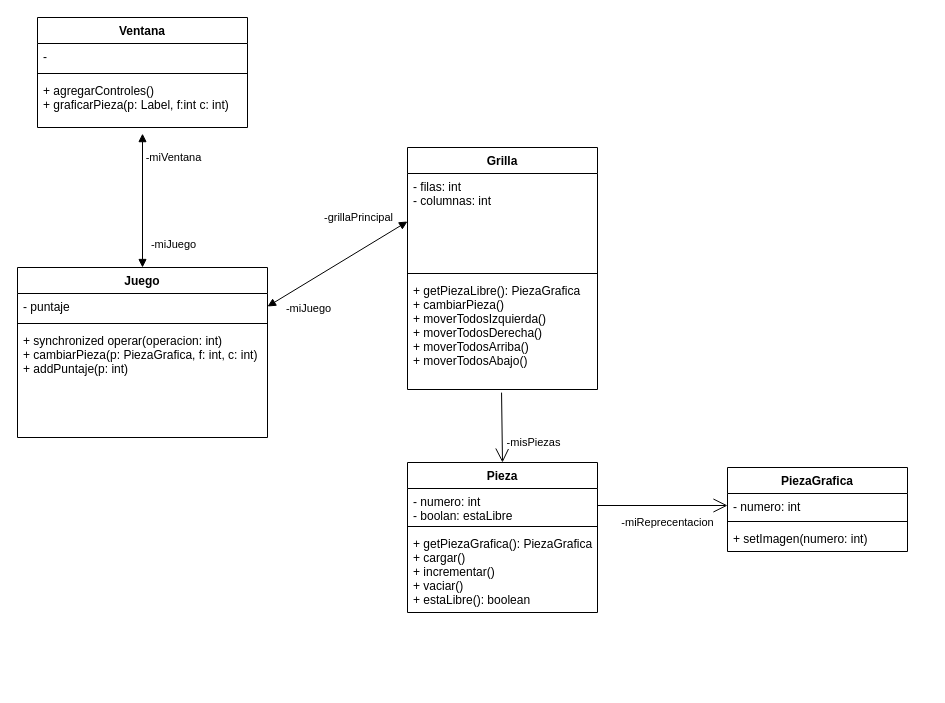
This is diagrama de clases/4096.drawio from brianalcl/4096, a draw.io file, before an edit. Source tidied: cells renumbered, new cells numbered last; positions are measured from the earlier drawing's top-left corner, leaving out a move shared by most shapes. Both pictures are drawn from the tidied source at 100%, with x=0, y=0 at pixel (17, 17).
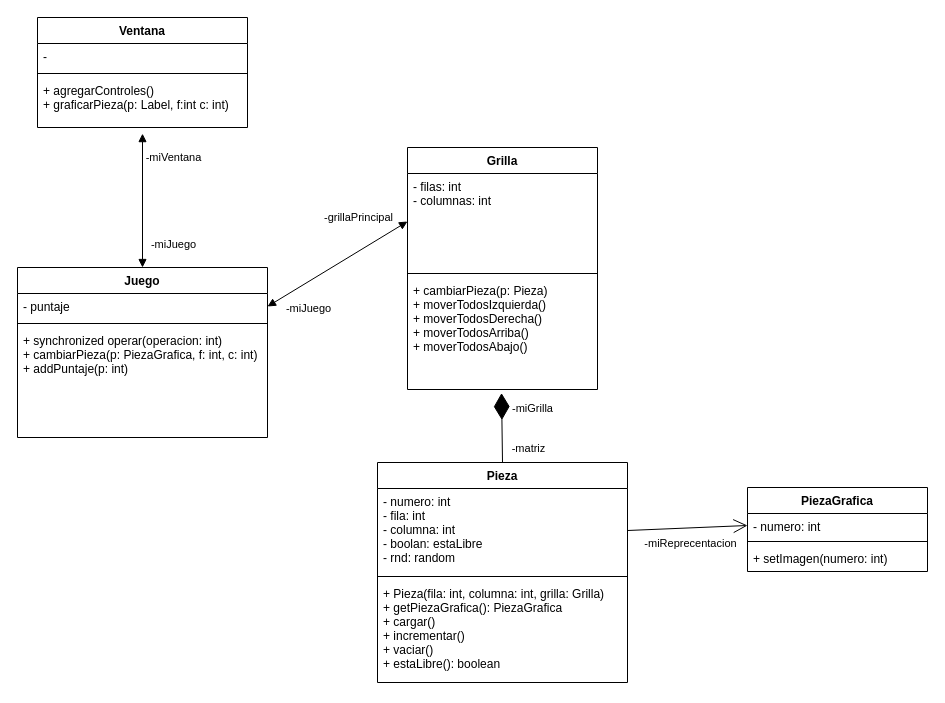
The same diagram, later.

Commit message (it also covers changes not shown here):
Creada clase Pieza y modificado diagrama de clases

The change refers to these unchanged cells:
```xml
<mxCell id="10" value="Grilla" style="swimlane;fontStyle=1;align=center;verticalAlign=top;horizontal=1;startSize=26;" parent="1" vertex="1">
  <mxGeometry x="390" y="130" width="190" height="242" as="geometry" />
</mxCell>
```

Change to the diagram source:
```diff
@@
-    <mxCell id="13" value="+ getPiezaLibre(): PiezaGrafica&#10;+ cambiarPieza()&#10;+ moverTodosIzquierda()&#10;+ moverTodosDerecha()&#10;+ moverTodosArriba()&#10;+ moverTodosAbajo()" style="text;strokeColor=none;fillColor=none;align=left;verticalAlign=top;spacingLeft=4;spacingRight=4;overflow=hidden;points=[[0,0.5],[1,0.5]];portConstraint=eastwest;" parent="10" vertex="1">
+    <mxCell id="13" value="+ cambiarPieza(p: Pieza)&#10;+ moverTodosIzquierda()&#10;+ moverTodosDerecha()&#10;+ moverTodosArriba()&#10;+ moverTodosAbajo()" style="text;strokeColor=none;fillColor=none;align=left;verticalAlign=top;spacingLeft=4;spacingRight=4;overflow=hidden;points=[[0,0.5],[1,0.5]];portConstraint=eastwest;" parent="10" vertex="1">
       <mxGeometry y="130" width="190" height="112" as="geometry" />
     </mxCell>
@@
     <mxCell id="20" value="Pieza" style="swimlane;fontStyle=1;align=center;verticalAlign=top;horizontal=1;startSize=26;" parent="1" vertex="1">
-      <mxGeometry x="390" y="445" width="190" height="150" as="geometry" />
+      <mxGeometry x="360" y="445" width="250" height="220" as="geometry" />
     </mxCell>
-    <mxCell id="21" value="- numero: int&#10;- boolan: estaLibre" style="text;strokeColor=none;fillColor=none;align=left;verticalAlign=top;spacingLeft=4;spacingRight=4;overflow=hidden;points=[[0,0.5],[1,0.5]];portConstraint=eastwest;" parent="20" vertex="1">
-      <mxGeometry y="26" width="190" height="34" as="geometry" />
+    <mxCell id="21" value="- numero: int&#10;- fila: int&#10;- columna: int&#10;- boolan: estaLibre&#10;- rnd: random" style="text;strokeColor=none;fillColor=none;align=left;verticalAlign=top;spacingLeft=4;spacingRight=4;overflow=hidden;points=[[0,0.5],[1,0.5]];portConstraint=eastwest;" parent="20" vertex="1">
+      <mxGeometry y="26" width="250" height="84" as="geometry" />
     </mxCell>
     <mxCell id="22" style="line;strokeWidth=1;fillColor=none;align=left;verticalAlign=middle;spacingTop=-1;spacingLeft=3;spacingRight=3;labelPosition=right;" parent="20" vertex="1">
-      <mxGeometry y="60" width="190" height="8" as="geometry" />
+      <mxGeometry y="110" width="250" height="8" as="geometry" />
     </mxCell>
-    <mxCell id="23" value="+ getPiezaGrafica(): PiezaGrafica&#10;+ cargar()&#10;+ incrementar()&#10;+ vaciar()&#10;+ estaLibre(): boolean" style="text;strokeColor=none;fillColor=none;align=left;verticalAlign=top;spacingLeft=4;spacingRight=4;overflow=hidden;" parent="20" vertex="1">
-      <mxGeometry y="68" width="190" height="82" as="geometry" />
+    <mxCell id="23" value="+ Pieza(fila: int, columna: int, grilla: Grilla)&#10;+ getPiezaGrafica(): PiezaGrafica&#10;+ cargar()&#10;+ incrementar()&#10;+ vaciar()&#10;+ estaLibre(): boolean" style="text;strokeColor=none;fillColor=none;align=left;verticalAlign=top;spacingLeft=4;spacingRight=4;overflow=hidden;" parent="20" vertex="1">
+      <mxGeometry y="118" width="250" height="102" as="geometry" />
     </mxCell>
     <mxCell id="24" value="PiezaGrafica" style="swimlane;fontStyle=1;align=center;verticalAlign=top;horizontal=1;startSize=26;" parent="1" vertex="1">
-      <mxGeometry x="710" y="450" width="180" height="84" as="geometry" />
+      <mxGeometry x="730" y="470" width="180" height="84" as="geometry" />
     </mxCell>
@@
-    <mxCell id="30" style="endArrow=open;endFill=1;endSize=12;html=1;rounded=0;exitX=0.495;exitY=1.028;exitDx=0;exitDy=0;entryX=0.5;entryY=0;entryDx=0;entryDy=0;exitPerimeter=0;" parent="1" edge="1" source="13" target="20">
-      <mxGeometry relative="1" as="geometry" />
-    </mxCell>
-    <mxCell id="31" value="-misPiezas" style="edgeLabel;html=1;align=center;verticalAlign=middle;" parent="30" vertex="1">
-      <mxGeometry x="0.39" y="-2" relative="1" as="geometry">
-        <mxPoint x="33" as="offset" />
-      </mxGeometry>
-    </mxCell>
+    <mxCell id="32" style="endArrow=diamondThin;endFill=1;endSize=24;html=1;rounded=0;exitX=0.5;exitY=0;exitDx=0;exitDy=0;entryX=0.495;entryY=1.032;entryDx=0;entryDy=0;entryPerimeter=0;" parent="1" edge="1" source="20" target="13">
+      <mxGeometry relative="1" as="geometry" />
+    </mxCell>
+    <mxCell id="33" value="-miGrilla" style="edgeLabel;html=1;align=center;verticalAlign=middle;" parent="32" vertex="1">
+      <mxGeometry x="0.57" y="-4" relative="1" as="geometry">
+        <mxPoint x="26" as="offset" />
+      </mxGeometry>
+    </mxCell>
+    <mxCell id="34" value="-matriz" style="edgeLabel;html=1;align=center;verticalAlign=middle;" parent="32" vertex="1">
+      <mxGeometry x="0.55" relative="1" as="geometry">
+        <mxPoint x="26" y="39" as="offset" />
+      </mxGeometry>
+    </mxCell>
```
